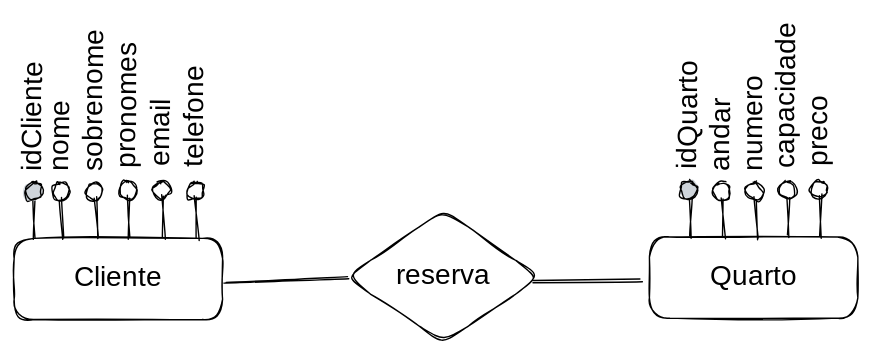
Before: .gitbook/assets/file.excalidraw (20).svg, a diagram exported from Excalidraw (francojoao/gb-banco-de-dados). Source tidied: one line per element, renumbered; positions are measured from the earlier drawing's top-left corner, leaving out a move shared by most shapes.
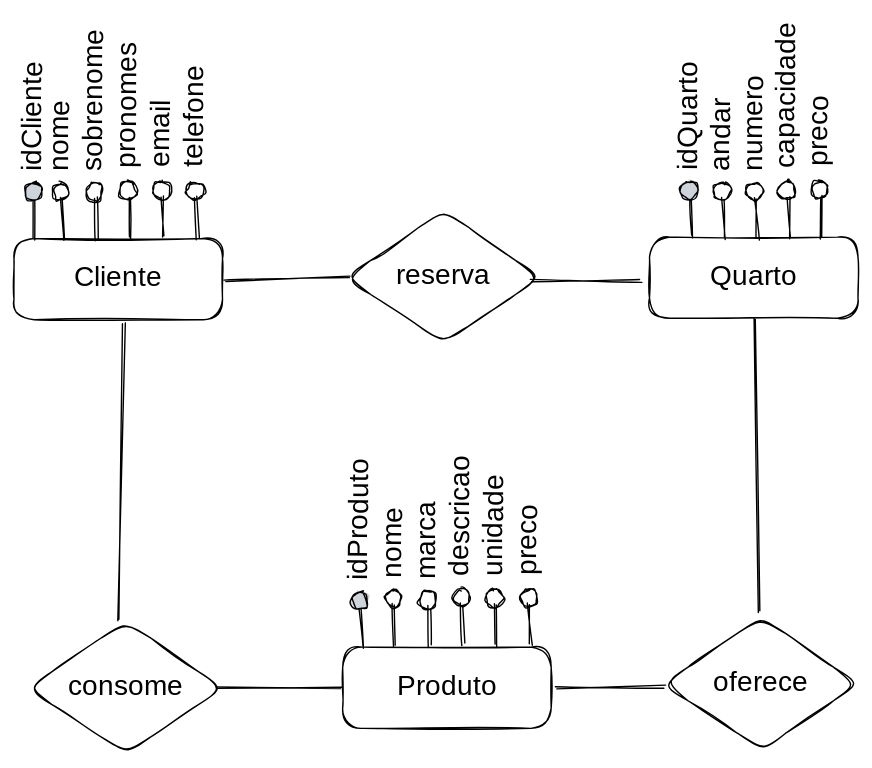
Later version of the same file.

The edit, as a diff of the source:
```diff
@@ -1,41 +1,69 @@
-{"id": 0, "type": "rectangle", "strokeColor": "#000000", "strokeWidth": 1, "roughness": 1, "round": true, "x": 28, "y": 118, "width": 149, "height": 58}
+{"id": 41, "type": "rectangle", "strokeColor": "#000000", "strokeWidth": 1, "roughness": 1, "round": true, "x": 28, "y": 118, "width": 149, "height": 58}
-{"id": 1, "type": "text", "text": "Cliente", "strokeColor": "#000000", "strokeWidth": 1, "roughness": 1, "fontSize": 20, "fontFamily": 1, "textAlign": "center", "verticalAlign": "middle", "inside": 0, "x": 69, "y": 135, "width": 67, "height": 23}
+{"id": 1, "type": "text", "text": "Cliente", "strokeColor": "#000000", "strokeWidth": 1, "roughness": 1, "fontSize": 20, "fontFamily": 1, "textAlign": "center", "verticalAlign": "middle", "inside": 41, "x": 69, "y": 135, "width": 67, "height": 23}
-{"id": 2, "type": "line", "strokeColor": "#000000", "strokeWidth": 1, "roughness": 1, "round": true, "x": 62, "y": 89, "width": 1, "height": 29, "points": [[0, 0], [1, 29]]}
-{"id": 3, "type": "ellipse", "strokeColor": "#000000", "strokeWidth": 1, "roughness": 1, "round": true, "x": 55, "y": 78, "width": 12, "height": 13}
-{"id": 4, "type": "text", "text": "nome", "strokeColor": "#000000", "angle": 4.72, "strokeWidth": 1, "roughness": 1, "fontSize": 20, "fontFamily": 1, "x": 38, "y": 34, "width": 46, "height": 25}
-{"id": 5, "type": "line", "strokeColor": "#000000", "strokeWidth": 1, "roughness": 1, "round": true, "x": 86, "y": 89, "width": 1, "height": 29, "points": [[0, 0], [1, 29]]}
-{"id": 6, "type": "ellipse", "strokeColor": "#000000", "strokeWidth": 1, "roughness": 1, "round": true, "x": 79, "y": 78, "width": 12, "height": 13}
+{"id": 42, "type": "line", "strokeColor": "#000000", "strokeWidth": 1, "roughness": 1, "round": true, "x": 62, "y": 89, "width": 1, "height": 29, "points": [[0, 0], [1, 29]]}
+{"id": 43, "type": "ellipse", "strokeColor": "#000000", "strokeWidth": 1, "roughness": 1, "round": true, "x": 55, "y": 78, "width": 12, "height": 13}
+{"id": 44, "type": "text", "text": "nome", "strokeColor": "#000000", "angle": 4.72, "strokeWidth": 1, "roughness": 1, "fontSize": 20, "fontFamily": 1, "x": 38, "y": 34, "width": 46, "height": 25}
+{"id": 45, "type": "line", "strokeColor": "#000000", "strokeWidth": 1, "roughness": 1, "round": true, "x": 86, "y": 89, "width": 1, "height": 29, "points": [[0, 0], [1, 29]]}
+{"id": 46, "type": "ellipse", "strokeColor": "#000000", "strokeWidth": 1, "roughness": 1, "round": true, "x": 79, "y": 78, "width": 12, "height": 13}
 {"id": 7, "type": "text", "text": "sobrenome", "strokeColor": "#000000", "angle": 4.72, "strokeWidth": 1, "roughness": 1, "fontSize": 20, "fontFamily": 1, "x": 36, "y": 8, "width": 98, "height": 25}
-{"id": 8, "type": "line", "strokeColor": "#000000", "strokeWidth": 1, "roughness": 1, "round": true, "x": 110, "y": 88, "width": 1, "height": 29, "points": [[0, 0], [1, 29]]}
-{"id": 9, "type": "ellipse", "strokeColor": "#000000", "strokeWidth": 1, "roughness": 1, "round": true, "x": 103, "y": 77, "width": 12, "height": 13}
+{"id": 47, "type": "line", "strokeColor": "#000000", "strokeWidth": 1, "roughness": 1, "round": true, "x": 110, "y": 88, "width": 1, "height": 29, "points": [[0, 0], [1, 29]]}
+{"id": 48, "type": "ellipse", "strokeColor": "#000000", "strokeWidth": 1, "roughness": 1, "round": true, "x": 103, "y": 77, "width": 12, "height": 13}
 {"id": 10, "type": "text", "text": "pronomes", "strokeColor": "#000000", "angle": 4.72, "strokeWidth": 1, "roughness": 1, "fontSize": 20, "fontFamily": 1, "x": 66, "y": 12, "width": 86, "height": 25}
 {"id": 11, "type": "text", "text": "email", "strokeColor": "#000000", "angle": 4.72, "strokeWidth": 1, "roughness": 1, "fontSize": 20, "fontFamily": 1, "x": 109, "y": 29, "width": 49, "height": 25}
-{"id": 12, "type": "line", "strokeColor": "#000000", "strokeWidth": 1, "roughness": 1, "round": true, "x": 134, "y": 88, "width": 1, "height": 29, "points": [[0, 0], [1, 29]]}
-{"id": 13, "type": "ellipse", "strokeColor": "#000000", "strokeWidth": 1, "roughness": 1, "round": true, "x": 127, "y": 77, "width": 12, "height": 13}
+{"id": 49, "type": "line", "strokeColor": "#000000", "strokeWidth": 1, "roughness": 1, "round": true, "x": 134, "y": 88, "width": 1, "height": 29, "points": [[0, 0], [1, 29]]}
+{"id": 50, "type": "ellipse", "strokeColor": "#000000", "strokeWidth": 1, "roughness": 1, "round": true, "x": 127, "y": 77, "width": 12, "height": 13}
 {"id": 14, "type": "text", "text": "telefone", "strokeColor": "#000000", "angle": 4.72, "strokeWidth": 1, "roughness": 1, "fontSize": 20, "fontFamily": 1, "x": 116, "y": 13, "width": 82, "height": 25}
-{"id": 15, "type": "line", "strokeColor": "#000000", "strokeWidth": 1, "roughness": 1, "round": true, "x": 158, "y": 89, "width": 1, "height": 29, "points": [[0, 0], [1, 29]]}
-{"id": 16, "type": "ellipse", "strokeColor": "#000000", "strokeWidth": 1, "roughness": 1, "round": true, "x": 151, "y": 78, "width": 12, "height": 13}
-{"id": 17, "type": "line", "strokeColor": "#000000", "strokeWidth": 1, "roughness": 1, "round": true, "x": 42, "y": 89, "width": 1, "height": 29, "points": [[0, 0], [1, 29]]}
-{"id": 18, "type": "ellipse", "strokeColor": "#000000", "backgroundColor": "#ced4da", "fillStyle": "solid", "strokeWidth": 1, "roughness": 1, "round": true, "x": 35, "y": 78, "width": 12, "height": 13}
+{"id": 51, "type": "line", "strokeColor": "#000000", "strokeWidth": 1, "roughness": 1, "round": true, "x": 158, "y": 89, "width": 1, "height": 29, "points": [[0, 0], [1, 29]]}
+{"id": 52, "type": "ellipse", "strokeColor": "#000000", "strokeWidth": 1, "roughness": 1, "round": true, "x": 151, "y": 78, "width": 12, "height": 13}
+{"id": 53, "type": "line", "strokeColor": "#000000", "strokeWidth": 1, "roughness": 1, "round": true, "x": 42, "y": 89, "width": 1, "height": 29, "points": [[0, 0], [1, 29]]}
+{"id": 54, "type": "ellipse", "strokeColor": "#000000", "backgroundColor": "#ced4da", "fillStyle": "solid", "strokeWidth": 1, "roughness": 1, "round": true, "x": 35, "y": 78, "width": 12, "height": 13}
 {"id": 19, "type": "text", "text": "idCliente", "strokeColor": "#000000", "angle": 4.72, "strokeWidth": 1, "roughness": 1, "fontSize": 20, "fontFamily": 1, "x": 0, "y": 16, "width": 83, "height": 25}
-{"id": 20, "type": "rectangle", "strokeColor": "#000000", "strokeWidth": 1, "roughness": 1, "round": true, "x": 482, "y": 117, "width": 149, "height": 58}
+{"id": 55, "type": "rectangle", "strokeColor": "#000000", "strokeWidth": 1, "roughness": 1, "round": true, "x": 482, "y": 117, "width": 149, "height": 58}
-{"id": 21, "type": "text", "text": "Quarto", "strokeColor": "#000000", "strokeWidth": 1, "roughness": 1, "fontSize": 20, "fontFamily": 1, "textAlign": "center", "verticalAlign": "middle", "inside": 20, "x": 520, "y": 134, "width": 72, "height": 23}
+{"id": 21, "type": "text", "text": "Quarto", "strokeColor": "#000000", "strokeWidth": 1, "roughness": 1, "fontSize": 20, "fontFamily": 1, "textAlign": "center", "verticalAlign": "middle", "inside": 55, "x": 520, "y": 134, "width": 72, "height": 23}
-{"id": 22, "type": "line", "strokeColor": "#000000", "strokeWidth": 1, "roughness": 1, "round": true, "x": 534, "y": 89, "width": 1, "height": 29, "points": [[0, 0], [1, 29]]}
-{"id": 23, "type": "ellipse", "strokeColor": "#000000", "strokeWidth": 1, "roughness": 1, "round": true, "x": 527, "y": 78, "width": 12, "height": 13}
+{"id": 56, "type": "line", "strokeColor": "#000000", "strokeWidth": 1, "roughness": 1, "round": true, "x": 534, "y": 89, "width": 1, "height": 29, "points": [[0, 0], [1, 29]]}
+{"id": 57, "type": "ellipse", "strokeColor": "#000000", "strokeWidth": 1, "roughness": 1, "round": true, "x": 527, "y": 78, "width": 12, "height": 13}
-{"id": 24, "type": "text", "text": "andar", "strokeColor": "#000000", "angle": 4.72, "strokeWidth": 1, "roughness": 1, "fontSize": 20, "fontFamily": 1, "x": 504, "y": 28, "width": 58, "height": 25}
+{"id": 24, "type": "text", "text": "andar", "strokeColor": "#000000", "angle": 4.72, "strokeWidth": 1, "roughness": 1, "fontSize": 20, "fontFamily": 1, "x": 505, "y": 28, "width": 58, "height": 25}
-{"id": 25, "type": "line", "strokeColor": "#000000", "strokeWidth": 1, "roughness": 1, "round": true, "x": 557, "y": 89, "width": 1, "height": 29, "points": [[0, 0], [1, 29]]}
-{"id": 26, "type": "ellipse", "strokeColor": "#000000", "strokeWidth": 1, "roughness": 1, "round": true, "x": 551, "y": 78, "width": 12, "height": 13}
+{"id": 58, "type": "line", "strokeColor": "#000000", "strokeWidth": 1, "roughness": 1, "round": true, "x": 558, "y": 89, "width": 1, "height": 29, "points": [[0, 0], [1, 29]]}
+{"id": 59, "type": "ellipse", "strokeColor": "#000000", "strokeWidth": 1, "roughness": 1, "round": true, "x": 551, "y": 78, "width": 12, "height": 13}
 {"id": 27, "type": "text", "text": "numero", "strokeColor": "#000000", "angle": 4.72, "strokeWidth": 1, "roughness": 1, "fontSize": 20, "fontFamily": 1, "x": 524, "y": 24, "width": 66, "height": 25}
-{"id": 28, "type": "line", "strokeColor": "#000000", "strokeWidth": 1, "roughness": 1, "round": true, "x": 580, "y": 88, "width": 1, "height": 29, "points": [[0, 0], [1, 29]]}
-{"id": 29, "type": "ellipse", "strokeColor": "#000000", "strokeWidth": 1, "roughness": 1, "round": true, "x": 574, "y": 77, "width": 12, "height": 13}
+{"id": 60, "type": "line", "strokeColor": "#000000", "strokeWidth": 1, "roughness": 1, "round": true, "x": 581, "y": 88, "width": 1, "height": 29, "points": [[0, 0], [1, 29]]}
+{"id": 61, "type": "ellipse", "strokeColor": "#000000", "strokeWidth": 1, "roughness": 1, "round": true, "x": 574, "y": 77, "width": 12, "height": 13}
 {"id": 30, "type": "text", "text": "capacidade", "strokeColor": "#000000", "angle": 4.72, "strokeWidth": 1, "roughness": 1, "fontSize": 20, "fontFamily": 1, "x": 525, "y": 0, "width": 110, "height": 25}
-{"id": 31, "type": "text", "text": "preco", "strokeColor": "#000000", "angle": 4.72, "strokeWidth": 1, "roughness": 1, "fontSize": 20, "fontFamily": 1, "x": 577, "y": 27, "width": 53, "height": 25}
-{"id": 32, "type": "line", "strokeColor": "#000000", "strokeWidth": 1, "roughness": 1, "round": true, "x": 604, "y": 88, "width": 1, "height": 29, "points": [[0, 0], [1, 29]]}
-{"id": 33, "type": "ellipse", "strokeColor": "#000000", "strokeWidth": 1, "roughness": 1, "round": true, "x": 597, "y": 77, "width": 12, "height": 13}
-{"id": 34, "type": "line", "strokeColor": "#000000", "strokeWidth": 1, "roughness": 1, "round": true, "x": 511, "y": 88, "width": 1, "height": 29, "points": [[0, 0], [1, 29]]}
-{"id": 35, "type": "ellipse", "strokeColor": "#000000", "backgroundColor": "#ced4da", "fillStyle": "solid", "strokeWidth": 1, "roughness": 1, "round": true, "x": 504, "y": 77, "width": 12, "height": 13}
+{"id": 62, "type": "text", "text": "preco", "strokeColor": "#000000", "angle": 4.72, "strokeWidth": 1, "roughness": 1, "fontSize": 20, "fontFamily": 1, "x": 577, "y": 27, "width": 53, "height": 25}
+{"id": 63, "type": "line", "strokeColor": "#000000", "strokeWidth": 1, "roughness": 1, "round": true, "x": 604, "y": 88, "width": 1, "height": 29, "points": [[0, 0], [1, 29]]}
+{"id": 64, "type": "ellipse", "strokeColor": "#000000", "strokeWidth": 1, "roughness": 1, "round": true, "x": 597, "y": 77, "width": 12, "height": 13}
+{"id": 65, "type": "line", "strokeColor": "#000000", "strokeWidth": 1, "roughness": 1, "round": true, "x": 511, "y": 88, "width": 1, "height": 29, "points": [[0, 0], [1, 29]]}
+{"id": 66, "type": "ellipse", "strokeColor": "#000000", "backgroundColor": "#ced4da", "fillStyle": "solid", "strokeWidth": 1, "roughness": 1, "round": true, "x": 504, "y": 77, "width": 12, "height": 13}
 {"id": 36, "type": "text", "text": "idQuarto", "strokeColor": "#000000", "angle": 4.72, "strokeWidth": 1, "roughness": 1, "fontSize": 20, "fontFamily": 1, "x": 466, "y": 12, "width": 88, "height": 25}
-{"id": 37, "type": "diamond", "strokeColor": "#000000", "strokeWidth": 1, "roughness": 1, "round": true, "x": 265, "y": 98, "width": 139, "height": 95}
+{"id": 67, "type": "rectangle", "strokeColor": "#000000", "strokeWidth": 1, "roughness": 1, "round": true, "x": 262, "y": 410, "width": 149, "height": 58}
+{"id": 68, "type": "text", "text": "Produto", "strokeColor": "#000000", "strokeWidth": 1, "roughness": 1, "fontSize": 20, "fontFamily": 1, "textAlign": "center", "verticalAlign": "middle", "inside": 67, "x": 297, "y": 427, "width": 80, "height": 23}
+{"id": 69, "type": "line", "strokeColor": "#000000", "strokeWidth": 1, "roughness": 1, "round": true, "x": 299, "y": 380, "width": 1, "height": 29, "points": [[0, 0], [1, 29]]}
+{"id": 70, "type": "ellipse", "strokeColor": "#000000", "strokeWidth": 1, "roughness": 1, "round": true, "x": 293, "y": 369, "width": 12, "height": 13}
+{"id": 71, "type": "text", "text": "nome", "strokeColor": "#000000", "angle": 4.72, "strokeWidth": 1, "roughness": 1, "fontSize": 20, "fontFamily": 1, "x": 276, "y": 325, "width": 46, "height": 25}
+{"id": 72, "type": "line", "strokeColor": "#000000", "strokeWidth": 1, "roughness": 1, "round": true, "x": 324, "y": 381, "width": 1, "height": 29, "points": [[0, 0], [1, 29]]}
+{"id": 73, "type": "ellipse", "strokeColor": "#000000", "strokeWidth": 1, "roughness": 1, "round": true, "x": 317, "y": 370, "width": 12, "height": 13}
+{"id": 74, "type": "text", "text": "marca", "strokeColor": "#000000", "angle": 4.72, "strokeWidth": 1, "roughness": 1, "fontSize": 20, "fontFamily": 1, "x": 293, "y": 319, "width": 60, "height": 25}
+{"id": 75, "type": "line", "strokeColor": "#000000", "strokeWidth": 1, "roughness": 1, "round": true, "x": 372, "y": 380, "width": 1, "height": 29, "points": [[0, 0], [1, 29]]}
+{"id": 76, "type": "ellipse", "strokeColor": "#000000", "strokeWidth": 1, "roughness": 1, "round": true, "x": 365, "y": 369, "width": 12, "height": 13}
+{"id": 77, "type": "text", "text": "unidade", "strokeColor": "#000000", "angle": 4.72, "strokeWidth": 1, "roughness": 1, "fontSize": 20, "fontFamily": 1, "x": 334, "y": 310, "width": 74, "height": 25}
+{"id": 78, "type": "text", "text": "preco", "strokeColor": "#000000", "angle": 4.72, "strokeWidth": 1, "roughness": 1, "fontSize": 20, "fontFamily": 1, "x": 369, "y": 319, "width": 53, "height": 25}
+{"id": 79, "type": "line", "strokeColor": "#000000", "strokeWidth": 1, "roughness": 1, "round": true, "x": 396, "y": 380, "width": 1, "height": 29, "points": [[0, 0], [1, 29]]}
+{"id": 80, "type": "ellipse", "strokeColor": "#000000", "strokeWidth": 1, "roughness": 1, "round": true, "x": 389, "y": 369, "width": 12, "height": 13}
+{"id": 81, "type": "line", "strokeColor": "#000000", "strokeWidth": 1, "roughness": 1, "round": true, "x": 348, "y": 379, "width": 1, "height": 29, "points": [[0, 0], [1, 29]]}
+{"id": 82, "type": "ellipse", "strokeColor": "#000000", "strokeWidth": 1, "roughness": 1, "round": true, "x": 341, "y": 368, "width": 12, "height": 13}
+{"id": 83, "type": "text", "text": "descricao", "strokeColor": "#000000", "angle": 4.72, "strokeWidth": 1, "roughness": 1, "fontSize": 20, "fontFamily": 1, "x": 301, "y": 300, "width": 93, "height": 25}
+{"id": 84, "type": "line", "strokeColor": "#000000", "strokeWidth": 1, "roughness": 1, "round": true, "x": 275, "y": 381, "width": 1, "height": 29, "points": [[0, 0], [1, 29]]}
+{"id": 85, "type": "ellipse", "strokeColor": "#000000", "backgroundColor": "#ced4da", "fillStyle": "solid", "strokeWidth": 1, "roughness": 1, "round": true, "x": 268, "y": 370, "width": 12, "height": 13}
+{"id": 86, "type": "text", "text": "idProduto", "strokeColor": "#000000", "angle": 4.72, "strokeWidth": 1, "roughness": 1, "fontSize": 20, "fontFamily": 1, "x": 227, "y": 301, "width": 96, "height": 25}
+{"id": 87, "type": "diamond", "strokeColor": "#000000", "strokeWidth": 1, "roughness": 1, "round": true, "x": 265, "y": 98, "width": 139, "height": 95}
-{"id": 38, "type": "text", "text": "reserva", "strokeColor": "#000000", "strokeWidth": 1, "roughness": 1, "fontSize": 20, "fontFamily": 1, "textAlign": "center", "verticalAlign": "middle", "inside": 37, "x": 296, "y": 133, "width": 76, "height": 23}
+{"id": 38, "type": "text", "text": "reserva", "strokeColor": "#000000", "strokeWidth": 1, "roughness": 1, "fontSize": 20, "fontFamily": 1, "textAlign": "center", "verticalAlign": "middle", "inside": 87, "x": 296, "y": 133, "width": 76, "height": 23}
-{"id": 39, "type": "arrow", "strokeColor": "#000000", "strokeWidth": 1, "roughness": 1, "round": true, "from": 20, "x": 476, "y": 148, "width": 78, "height": 0, "points": [[0, 0], [-78, 0]]}
-{"id": 40, "type": "arrow", "strokeColor": "#000000", "strokeWidth": 1, "roughness": 1, "round": true, "from": 0, "x": 179, "y": 149, "width": 88, "height": 3, "points": [[0, 0], [88, -3]]}
+{"id": 88, "type": "arrow", "strokeColor": "#000000", "strokeWidth": 1, "roughness": 1, "round": true, "from": 55, "x": 476, "y": 148, "width": 78, "height": 0, "points": [[0, 0], [-78, 0]]}
+{"id": 89, "type": "arrow", "strokeColor": "#000000", "strokeWidth": 1, "roughness": 1, "round": true, "from": 41, "x": 179, "y": 149, "width": 88, "height": 3, "points": [[0, 0], [88, -3]]}
+{"id": 90, "type": "diamond", "strokeColor": "#000000", "strokeWidth": 1, "roughness": 1, "round": true, "x": 38, "y": 391, "width": 139, "height": 95}
+{"id": 91, "type": "text", "text": "consome", "strokeColor": "#000000", "strokeWidth": 1, "roughness": 1, "fontSize": 20, "fontFamily": 1, "textAlign": "center", "verticalAlign": "middle", "inside": 90, "x": 68, "y": 427, "width": 78, "height": 23}
+{"id": 92, "type": "diamond", "strokeColor": "#000000", "strokeWidth": 1, "roughness": 1, "round": true, "x": 492, "y": 388, "width": 139, "height": 95}
+{"id": 93, "type": "text", "text": "oferece", "strokeColor": "#000000", "strokeWidth": 1, "roughness": 1, "fontSize": 20, "fontFamily": 1, "textAlign": "center", "verticalAlign": "middle", "inside": 92, "x": 524, "y": 424, "width": 74, "height": 23}
+{"id": 94, "type": "arrow", "strokeColor": "#000000", "strokeWidth": 1, "roughness": 1, "round": true, "from": 55, "to": 92, "x": 556, "y": 176, "width": 5, "height": 208, "points": [[0, 0], [5, 208]]}
+{"id": 95, "type": "arrow", "strokeColor": "#000000", "strokeWidth": 1, "roughness": 1, "round": true, "from": 92, "to": 67, "x": 493, "y": 438, "width": 77, "height": 1, "points": [[0, 0], [-77, 1]]}
+{"id": 96, "type": "arrow", "strokeColor": "#000000", "strokeWidth": 1, "roughness": 1, "round": true, "from": 41, "to": 90, "x": 105, "y": 178, "width": 3, "height": 213, "points": [[0, 0], [-3, 213]]}
+{"id": 97, "type": "arrow", "strokeColor": "#000000", "strokeWidth": 1, "roughness": 1, "round": true, "to": 67, "x": 172, "y": 439, "width": 89, "height": 0, "points": [[0, 0], [89, 0]]}
```
